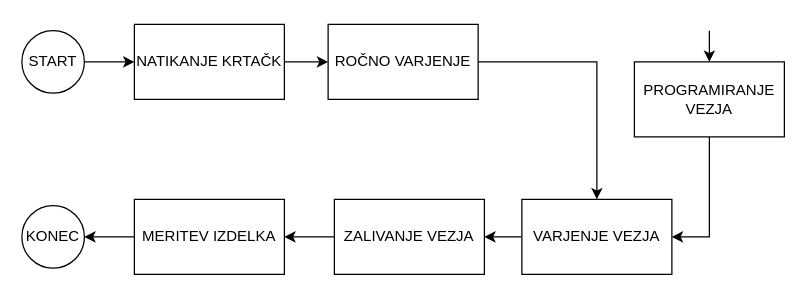
Before: Untitled Diagram.drawio in gacnik1994/stuff, a draw.io diagram. Source tidied: cells renumbered, new cells numbered last; positions are measured from the earlier drawing's top-left corner, leaving out a move shared by most shapes. Both pictures are drawn from the tidied source at 125%, with x=0, y=0 at pixel (21, 24).
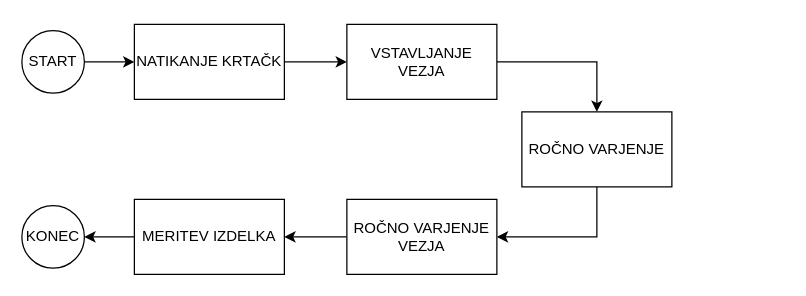
After the change.

What changed in the source:
```diff
@@
 <mxGraphModel>
   <root>
     <mxCell id="0" />
     <mxCell id="1" parent="0" />
     <mxCell id="2" style="edgeStyle=orthogonalEdgeStyle;rounded=0;jettySize=auto;html=1;entryX=0;entryY=0.5;entryDx=0;entryDy=0;" parent="1" edge="1" source="3" target="7">
       <mxGeometry relative="1" as="geometry" />
     </mxCell>
     <mxCell id="3" value="START" style="ellipse;whiteSpace=wrap;html=1;" parent="1" vertex="1">
       <mxGeometry y="5" width="50" height="50" as="geometry" />
     </mxCell>
-    <mxCell id="4" style="edgeStyle=orthogonalEdgeStyle;rounded=0;jettySize=auto;html=1;entryX=1;entryY=0.5;entryDx=0;entryDy=0;" parent="1" edge="1" source="5" target="11">
-      <mxGeometry relative="1" as="geometry" />
-    </mxCell>
-    <mxCell id="5" value="PROGRAMIRANJE VEZJA" style="whiteSpace=wrap;html=1;" parent="1" vertex="1">
-      <mxGeometry x="490" y="30" width="120" height="60" as="geometry" />
-    </mxCell>
-    <mxCell id="6" style="edgeStyle=orthogonalEdgeStyle;rounded=0;jettySize=auto;html=1;" parent="1" edge="1" source="7" target="9">
-      <mxGeometry relative="1" as="geometry" />
-    </mxCell>
+    <mxCell id="18" style="edgeStyle=orthogonalEdgeStyle;rounded=0;jettySize=auto;html=1;" parent="1" edge="1" source="7" target="20">
+      <mxGeometry relative="1" as="geometry" />
+    </mxCell>
     <mxCell id="7" value="NATIKANJE KRTAČK" style="whiteSpace=wrap;html=1;" parent="1" vertex="1">
       <mxGeometry x="90" width="120" height="60" as="geometry" />
     </mxCell>
-    <mxCell id="8" style="edgeStyle=orthogonalEdgeStyle;rounded=0;jettySize=auto;html=1;" parent="1" edge="1" source="9" target="11">
-      <mxGeometry relative="1" as="geometry" />
+    <mxCell id="8" style="edgeStyle=orthogonalEdgeStyle;rounded=0;jettySize=auto;html=1;entryX=1;entryY=0.5;entryDx=0;entryDy=0;" parent="1" edge="1" source="9" target="11">
+      <mxGeometry relative="1" as="geometry">
+        <Array as="points">
+          <mxPoint x="460" y="170" />
+        </Array>
+      </mxGeometry>
     </mxCell>
     <mxCell id="9" value="ROČNO VARJENJE" style="whiteSpace=wrap;html=1;" parent="1" vertex="1">
-      <mxGeometry x="245" width="120" height="60" as="geometry" />
+      <mxGeometry x="400" y="70" width="120" height="60" as="geometry" />
     </mxCell>
-    <mxCell id="10" style="edgeStyle=orthogonalEdgeStyle;rounded=0;jettySize=auto;html=1;" parent="1" edge="1" source="11" target="13">
+    <mxCell id="10" style="edgeStyle=orthogonalEdgeStyle;rounded=0;jettySize=auto;html=1;entryX=1;entryY=0.5;entryDx=0;entryDy=0;" parent="1" edge="1" source="11" target="15">
       <mxGeometry relative="1" as="geometry" />
     </mxCell>
-    <mxCell id="11" value="VARJENJE VEZJA" style="whiteSpace=wrap;html=1;" parent="1" vertex="1">
-      <mxGeometry x="400" y="140" width="120" height="60" as="geometry" />
+    <mxCell id="11" value="ROČNO VARJENJE VEZJA" style="whiteSpace=wrap;html=1;" parent="1" vertex="1">
+      <mxGeometry x="260" y="140" width="120" height="60" as="geometry" />
     </mxCell>
-    <mxCell id="12" style="edgeStyle=orthogonalEdgeStyle;rounded=0;jettySize=auto;html=1;" parent="1" edge="1" source="13" target="15">
-      <mxGeometry relative="1" as="geometry" />
-    </mxCell>
-    <mxCell id="13" value="ZALIVANJE VEZJA" style="whiteSpace=wrap;html=1;" parent="1" vertex="1">
-      <mxGeometry x="250" y="140" width="120" height="60" as="geometry" />
-    </mxCell>
     <mxCell id="14" style="edgeStyle=orthogonalEdgeStyle;rounded=0;jettySize=auto;html=1;" parent="1" edge="1" source="15" target="16">
       <mxGeometry relative="1" as="geometry" />
     </mxCell>
     <mxCell id="15" value="MERITEV IZDELKA" style="whiteSpace=wrap;html=1;" parent="1" vertex="1">
       <mxGeometry x="90" y="140" width="120" height="60" as="geometry" />
     </mxCell>
     <mxCell id="16" value="KONEC" style="ellipse;whiteSpace=wrap;html=1;" parent="1" vertex="1">
       <mxGeometry y="145" width="50" height="50" as="geometry" />
     </mxCell>
-    <mxCell id="17" style="edgeStyle=orthogonalEdgeStyle;rounded=0;jettySize=auto;html=1;entryX=0.5;entryY=0;entryDx=0;entryDy=0;" parent="1" edge="1" target="5">
-      <mxGeometry relative="1" as="geometry">
-        <mxPoint x="550" y="5" as="sourcePoint" />
-      </mxGeometry>
-    </mxCell>
+    <mxCell id="19" style="edgeStyle=orthogonalEdgeStyle;rounded=0;jettySize=auto;html=1;entryX=0.5;entryY=0;entryDx=0;entryDy=0;" parent="1" edge="1" source="20" target="9">
+      <mxGeometry relative="1" as="geometry" />
+    </mxCell>
+    <mxCell id="20" value="VSTAVLJANJE VEZJA" style="whiteSpace=wrap;html=1;" parent="1" vertex="1">
+      <mxGeometry x="260" width="120" height="60" as="geometry" />
+    </mxCell>
   </root>
 </mxGraphModel>
```
